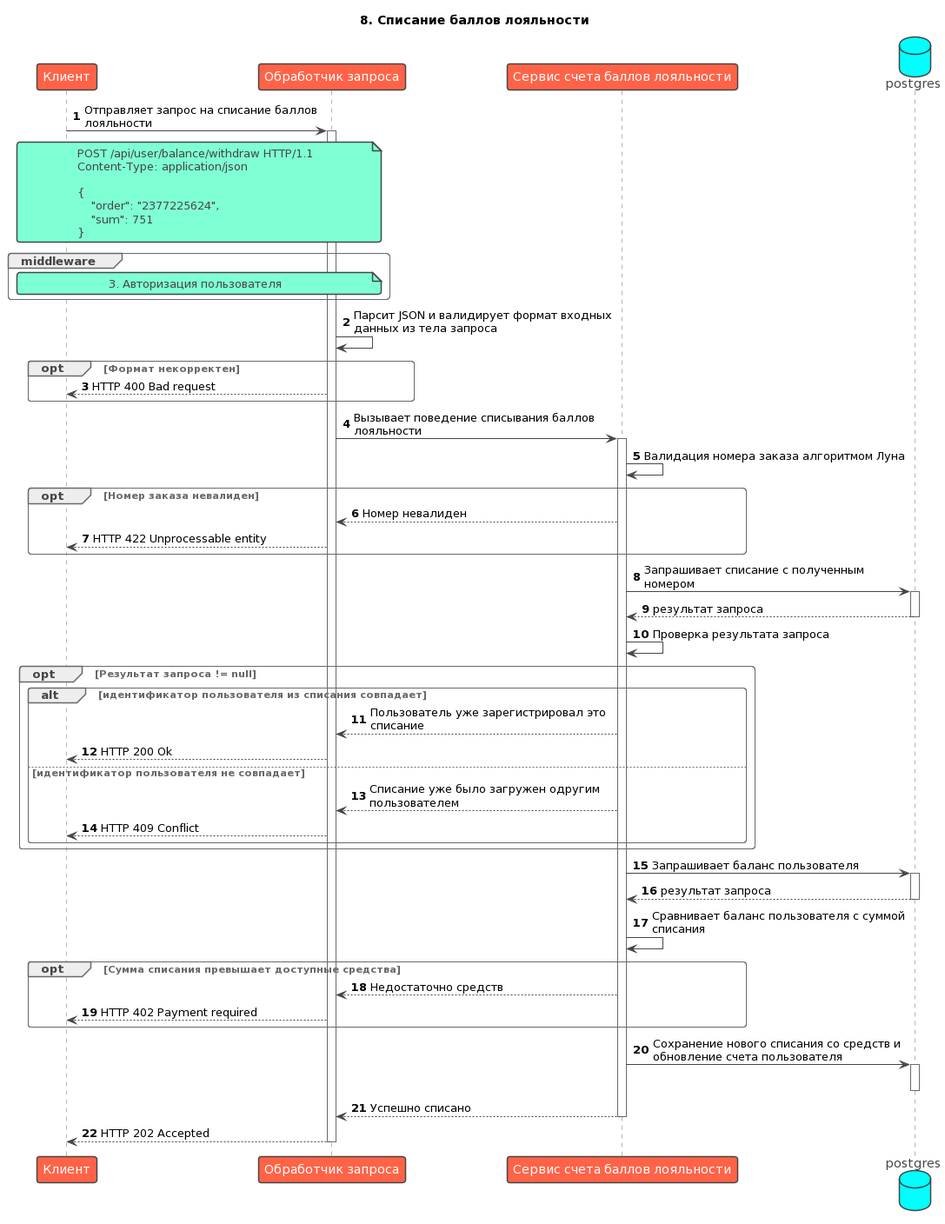
Nickolasll/gomart keeps this PlantUML diagram as docs/c4/4_code/8_withdraw.png. Above is the earlier version.
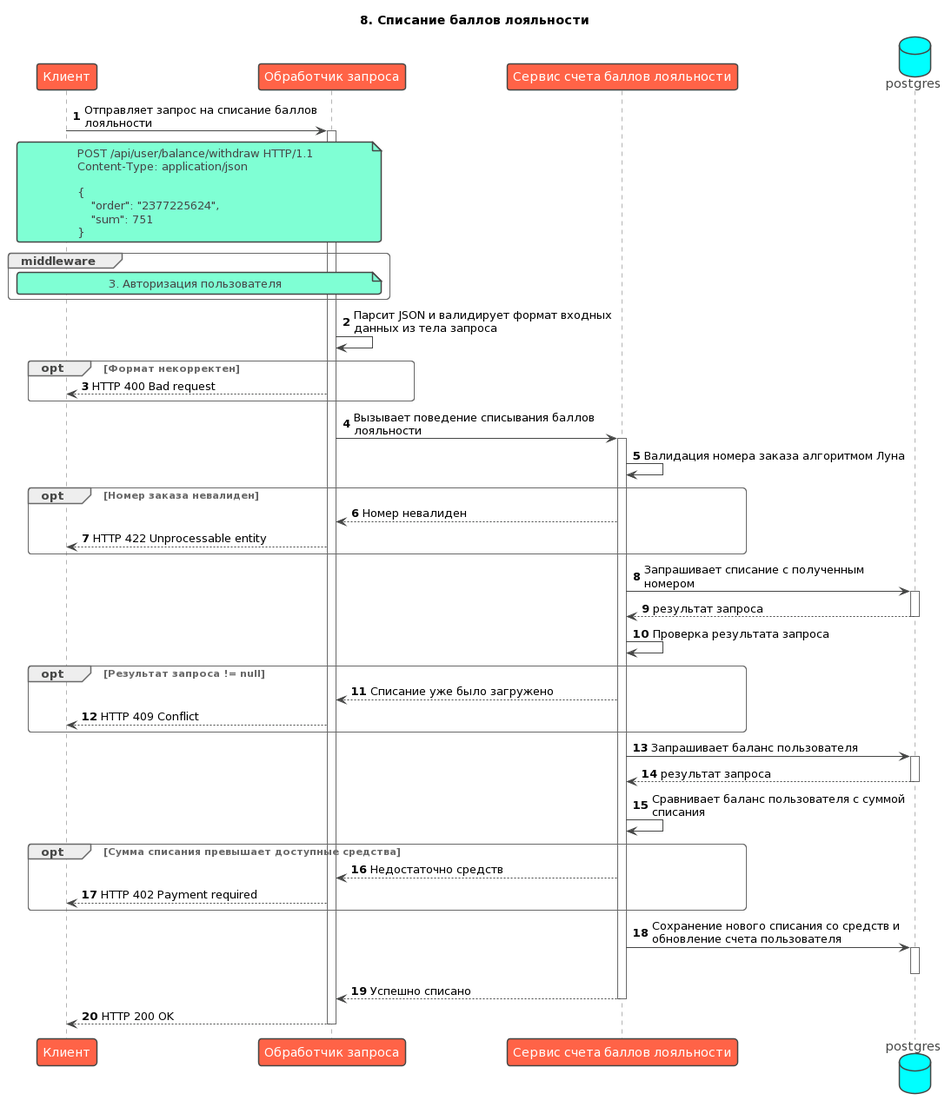
Above is the later version.

Commit message:
Правки в схемах

What changed in the source:
```diff
@@ -41,13 +41,8 @@
 
 balance -> balance: Проверка результата запроса
 opt Результат запроса != null
-    alt идентификатор пользователя из списания совпадает
-        balance --> handler: Пользователь уже зарегистрировал это списание
-        handler --> client: HTTP 200 Ok
-    else идентификатор пользователя не совпадает
-        balance --> handler: Списание уже было загружен одругим пользователем
-        handler --> client: HTTP 409 Conflict
-    end
+    balance --> handler: Списание уже было загружено
+    handler --> client: HTTP 409 Conflict
 end
 
 balance -> db ++ : Запрашивает баланс пользователя
@@ -60,5 +55,5 @@
     balance -> db ++ : Сохранение нового списания со средств и обновление счета пользователя
     deactivate db
 return Успешно списано
-return HTTP 202 Accepted
+return HTTP 200 OK
 @enduml
```
